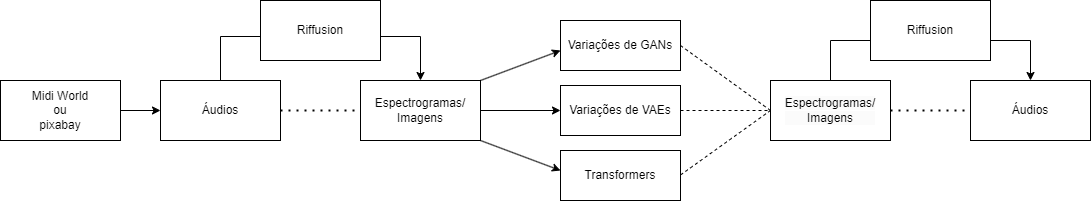
Above: projetos/newmusic/images/workflow_IA376.png in teaching-FEEC/dgm-2024.2 (draw.io), before the change. Source tidied: cells renumbered, new cells last; positions are measured from the earlier drawing's top-left corner, leaving out a move shared by most shapes.
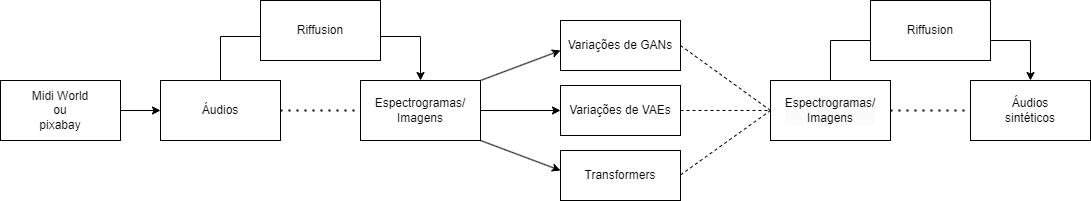
After the change.

The edit, as a diff of the source:
```diff
@@ -77,7 +77,7 @@
         <mxPoint x="680" y="174.5" as="sourcePoint" />
       </mxGeometry>
     </mxCell>
-    <mxCell id="20" value="Áudios" style="rounded=0;whiteSpace=wrap;html=1;" parent="1" vertex="1">
+    <mxCell id="20" value="Áudios&lt;div&gt;sintéticos&lt;/div&gt;" style="rounded=0;whiteSpace=wrap;html=1;" parent="1" vertex="1">
       <mxGeometry x="970" y="80" width="120" height="60" as="geometry" />
     </mxCell>
     <mxCell id="21" style="endArrow=none;dashed=1;html=1;dashPattern=1 3;strokeWidth=2;rounded=0;exitX=1;exitY=0.5;exitDx=0;exitDy=0;entryX=0;entryY=0.5;entryDx=0;entryDy=0;" parent="1" edge="1" source="17" target="20">
```
